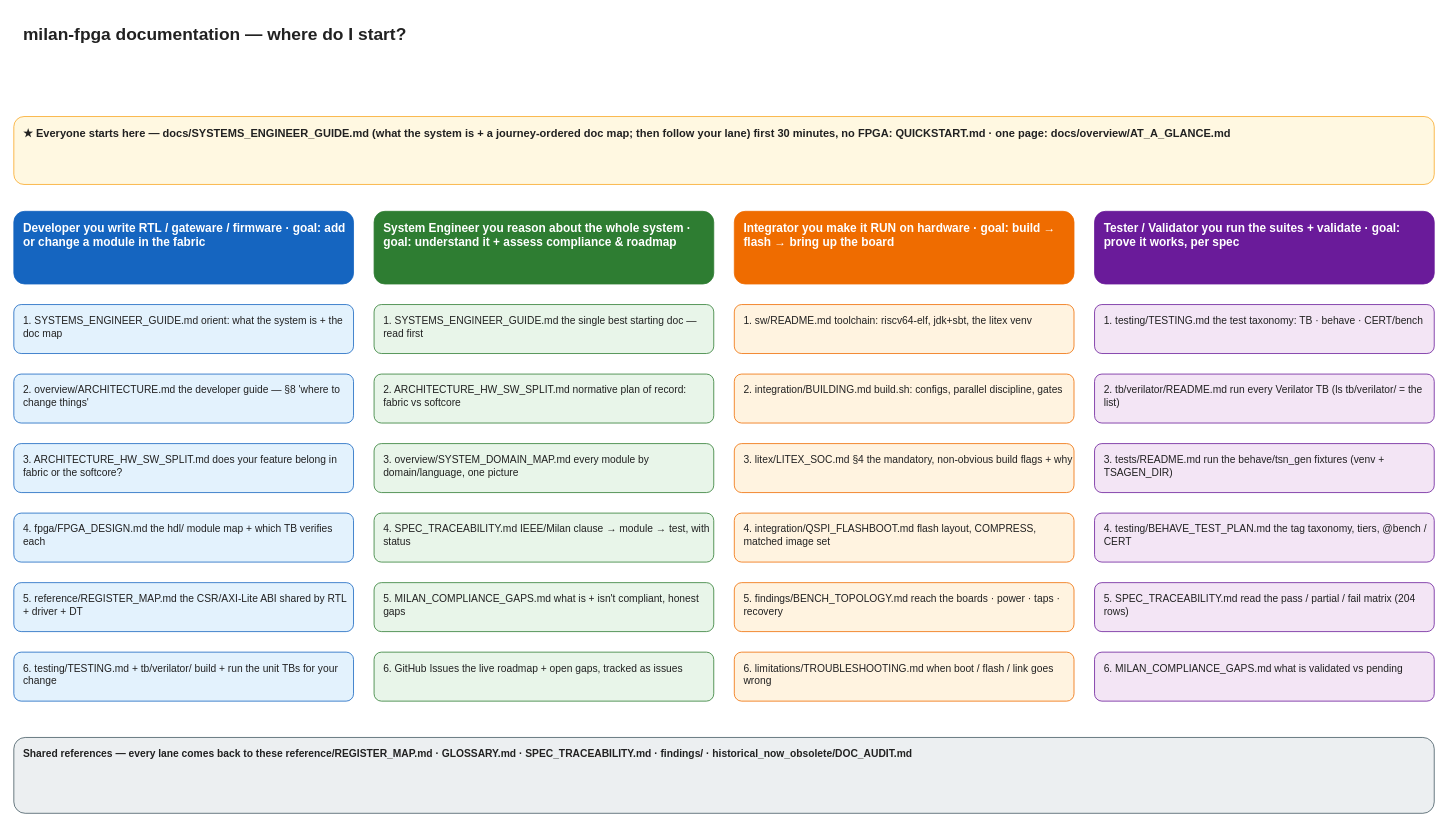
Before: DOC_MAP.drawio in kebag-logic/milan-fpga, a draw.io diagram. Source tidied: cells renumbered, new cells numbered last; positions are measured from the earlier drawing's top-left corner, leaving out a move shared by most shapes. Both pictures are drawn from the tidied source at 79%, with x=0, y=0 at pixel (13, 13).
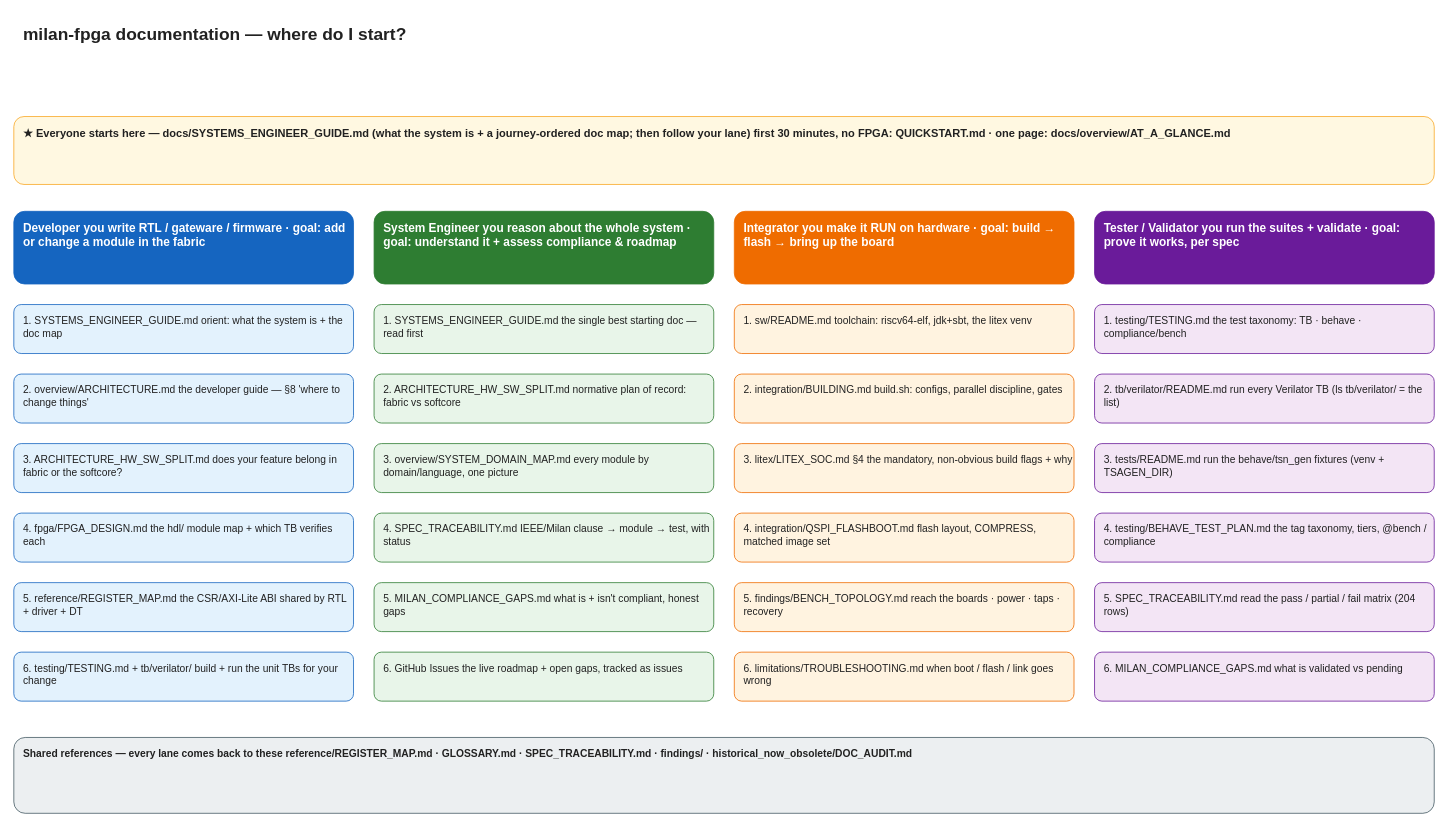
The same diagram, later.

Diff of the diagram source:
```diff
@@
-    <mxCell id="26" value="1.  testing/TESTING.md the test taxonomy: TB · behave · CERT/bench" style="rounded=1;whiteSpace=wrap;html=1;fillColor=#F3E5F5;strokeColor=#6A1B9A;fontSize=13;align=left;verticalAlign=top;spacingLeft=10;spacingTop=6;fontColor=#212121;" parent="1" vertex="1">
+    <mxCell id="26" value="1.  testing/TESTING.md the test taxonomy: TB · behave · compliance/bench" style="rounded=1;whiteSpace=wrap;html=1;fillColor=#F3E5F5;strokeColor=#6A1B9A;fontSize=13;align=left;verticalAlign=top;spacingLeft=10;spacingTop=6;fontColor=#212121;" parent="1" vertex="1">
       <mxGeometry x="1368" y="368" width="430" height="62" as="geometry" />
     </mxCell>
@@
-    <mxCell id="29" value="4.  testing/BEHAVE_TEST_PLAN.md the tag taxonomy, tiers, @bench / CERT" style="rounded=1;whiteSpace=wrap;html=1;fillColor=#F3E5F5;strokeColor=#6A1B9A;fontSize=13;align=left;verticalAlign=top;spacingLeft=10;spacingTop=6;fontColor=#212121;" parent="1" vertex="1">
+    <mxCell id="29" value="4.  testing/BEHAVE_TEST_PLAN.md the tag taxonomy, tiers, @bench / compliance" style="rounded=1;whiteSpace=wrap;html=1;fillColor=#F3E5F5;strokeColor=#6A1B9A;fontSize=13;align=left;verticalAlign=top;spacingLeft=10;spacingTop=6;fontColor=#212121;" parent="1" vertex="1">
       <mxGeometry x="1368" y="632" width="430" height="62" as="geometry" />
     </mxCell>
```
